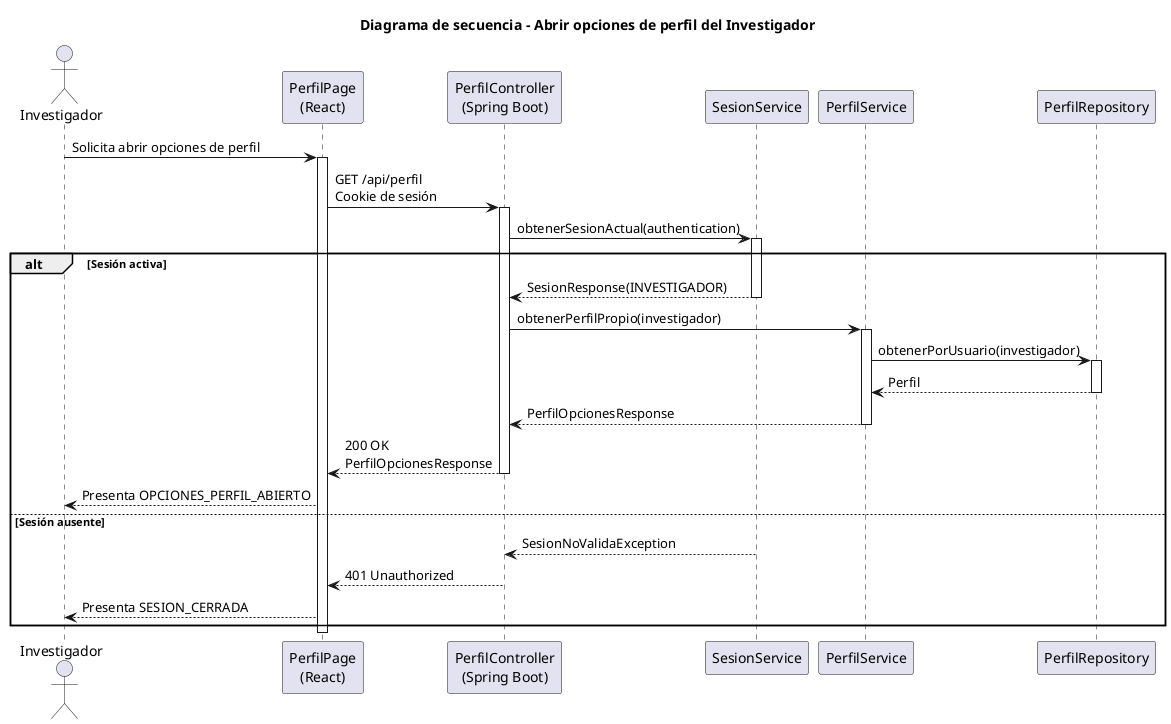
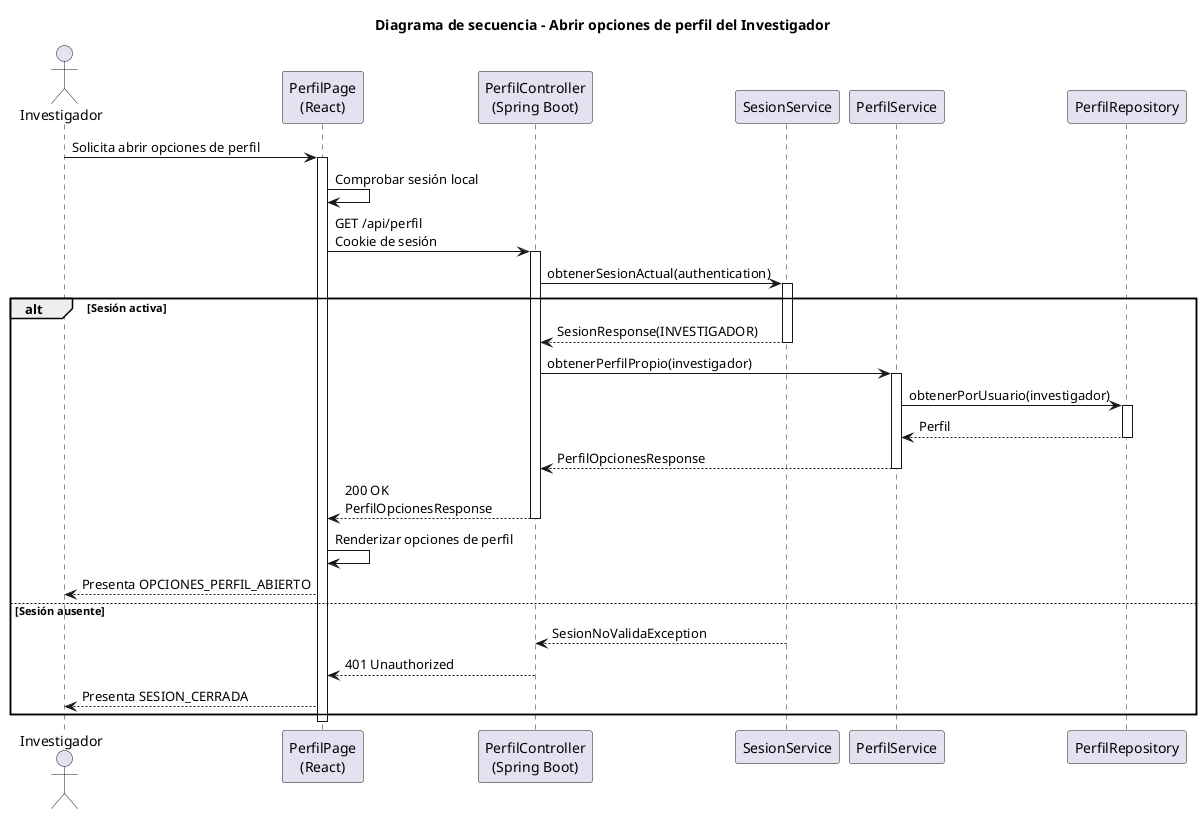
@startuml abrirOpcionesPerfil-investigador-diseño
title Diagrama de secuencia - Abrir opciones de perfil del Investigador

actor Investigador
participant "PerfilPage\n(React)" as Frontend
participant "PerfilController\n(Spring Boot)" as Api
participant "SesionService" as Sesion
participant "PerfilService" as PerfilService
participant "PerfilRepository" as PerfilRepository

Investigador -> Frontend: Solicita abrir opciones de perfil
activate Frontend
+ Frontend -> Frontend: Comprobar sesión local
Frontend -> Api: GET /api/perfil\nCookie de sesión
activate Api
Api -> Sesion: obtenerSesionActual(authentication)
activate Sesion
alt Sesión activa
    Sesion --> Api: SesionResponse(INVESTIGADOR)
    deactivate Sesion
    Api -> PerfilService: obtenerPerfilPropio(investigador)
    activate PerfilService
    PerfilService -> PerfilRepository: obtenerPorUsuario(investigador)
    activate PerfilRepository
    PerfilRepository --> PerfilService: Perfil
    deactivate PerfilRepository
    PerfilService --> Api: PerfilOpcionesResponse
    deactivate PerfilService
    Api --> Frontend: 200 OK\nPerfilOpcionesResponse
    deactivate Api
+     Frontend -> Frontend: Renderizar opciones de perfil
    Frontend --> Investigador: Presenta OPCIONES_PERFIL_ABIERTO
else Sesión ausente
    Sesion --> Api: SesionNoValidaException
    deactivate Sesion
    Api --> Frontend: 401 Unauthorized
    deactivate Api
    Frontend --> Investigador: Presenta SESION_CERRADA
end
deactivate Frontend
@enduml
